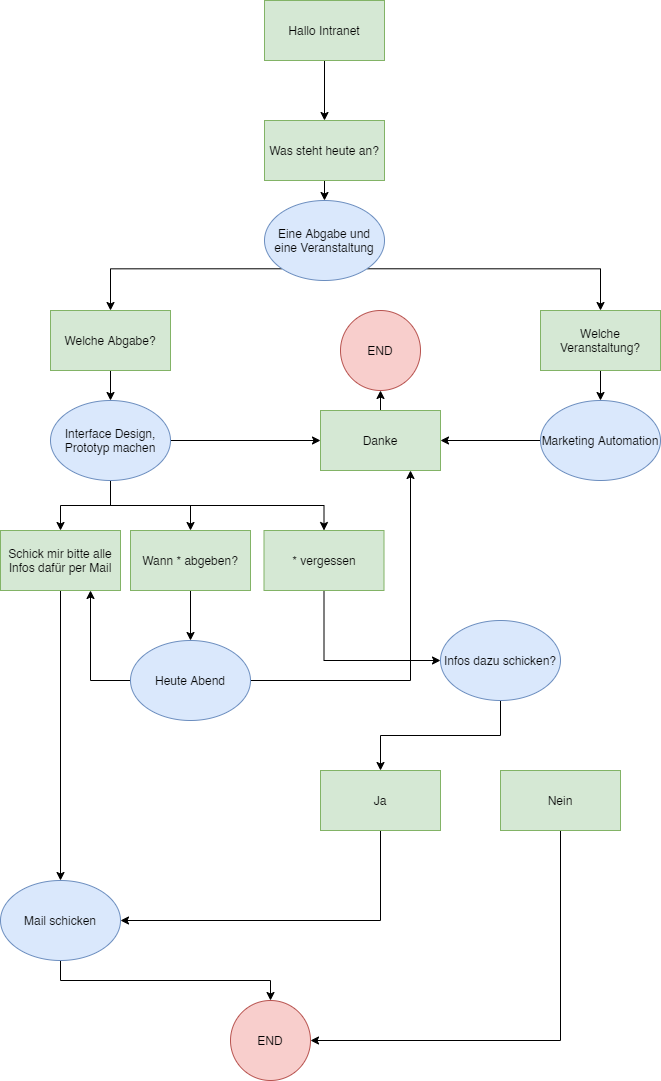
Above: task05-vui_prototyp-online/img/flowchart_v02.png in mnlmrngl/IFD-SoSe20 (draw.io), before the change. Source tidied: cells renumbered, new cells last; positions are measured from the earlier drawing's top-left corner, leaving out a move shared by most shapes. The source it was exported from:
```xml
<mxGraphModel>
  <root>
    <mxCell id="0" />
    <mxCell id="1" parent="0" />
    <mxCell id="2" style="edgeStyle=orthogonalEdgeStyle;rounded=0;jettySize=auto;html=1;exitX=0.5;exitY=1;exitDx=0;exitDy=0;" parent="1" edge="1" source="3" target="5">
      <mxGeometry relative="1" as="geometry" />
    </mxCell>
    <mxCell id="3" value="Hallo Intranet" style="rounded=0;whiteSpace=wrap;html=1;fillColor=#d5e8d4;strokeColor=#82b366;" parent="1" vertex="1">
      <mxGeometry x="264" width="120" height="60" as="geometry" />
    </mxCell>
    <mxCell id="4" style="edgeStyle=orthogonalEdgeStyle;rounded=0;jettySize=auto;html=1;exitX=0.5;exitY=1;exitDx=0;exitDy=0;entryX=0.5;entryY=0;entryDx=0;entryDy=0;" parent="1" edge="1" source="5" target="8">
      <mxGeometry relative="1" as="geometry" />
    </mxCell>
    <mxCell id="5" value="Was steht heute an?" style="rounded=0;whiteSpace=wrap;html=1;" parent="1" vertex="1">
      <mxGeometry x="264" y="120" width="120" height="60" as="geometry" />
    </mxCell>
    <mxCell id="6" style="edgeStyle=orthogonalEdgeStyle;rounded=0;jettySize=auto;html=1;exitX=0;exitY=1;exitDx=0;exitDy=0;" parent="1" edge="1" source="8" target="10">
      <mxGeometry relative="1" as="geometry" />
    </mxCell>
    <mxCell id="7" style="edgeStyle=orthogonalEdgeStyle;rounded=0;jettySize=auto;html=1;exitX=1;exitY=1;exitDx=0;exitDy=0;" parent="1" edge="1" source="8" target="12">
      <mxGeometry relative="1" as="geometry" />
    </mxCell>
    <mxCell id="8" value="Eine Abgabe und eine Veranstaltung" style="ellipse;whiteSpace=wrap;html=1;fillColor=#dae8fc;strokeColor=#6c8ebf;" parent="1" vertex="1">
      <mxGeometry x="264" y="200" width="120" height="80" as="geometry" />
    </mxCell>
    <mxCell id="9" style="edgeStyle=orthogonalEdgeStyle;rounded=0;jettySize=auto;html=1;exitX=0.5;exitY=1;exitDx=0;exitDy=0;entryX=0.5;entryY=0;entryDx=0;entryDy=0;" parent="1" edge="1" source="10" target="17">
      <mxGeometry relative="1" as="geometry" />
    </mxCell>
    <mxCell id="10" value="Welche Abgabe?" style="rounded=0;whiteSpace=wrap;html=1;fillColor=#d5e8d4;strokeColor=#82b366;" parent="1" vertex="1">
      <mxGeometry x="50" y="310" width="120" height="60" as="geometry" />
    </mxCell>
    <mxCell id="11" style="edgeStyle=orthogonalEdgeStyle;rounded=0;jettySize=auto;html=1;exitX=0.5;exitY=1;exitDx=0;exitDy=0;entryX=0.5;entryY=0;entryDx=0;entryDy=0;" parent="1" edge="1" source="12" target="19">
      <mxGeometry relative="1" as="geometry" />
    </mxCell>
    <mxCell id="12" value="Welche Veranstaltung?" style="rounded=0;whiteSpace=wrap;html=1;fillColor=#d5e8d4;strokeColor=#82b366;" parent="1" vertex="1">
      <mxGeometry x="540" y="310" width="120" height="60" as="geometry" />
    </mxCell>
    <mxCell id="13" style="edgeStyle=orthogonalEdgeStyle;rounded=0;jettySize=auto;html=1;exitX=0.5;exitY=1;exitDx=0;exitDy=0;" parent="1" edge="1" source="17" target="21">
      <mxGeometry relative="1" as="geometry" />
    </mxCell>
    <mxCell id="14" style="edgeStyle=orthogonalEdgeStyle;rounded=0;jettySize=auto;html=1;exitX=0.5;exitY=1;exitDx=0;exitDy=0;" parent="1" edge="1" source="17" target="23">
      <mxGeometry relative="1" as="geometry" />
    </mxCell>
    <mxCell id="15" style="edgeStyle=orthogonalEdgeStyle;rounded=0;jettySize=auto;html=1;exitX=0.5;exitY=1;exitDx=0;exitDy=0;entryX=0.5;entryY=0;entryDx=0;entryDy=0;" parent="1" edge="1" source="17" target="25">
      <mxGeometry relative="1" as="geometry" />
    </mxCell>
    <mxCell id="16" style="edgeStyle=orthogonalEdgeStyle;rounded=0;jettySize=auto;html=1;exitX=1;exitY=0.5;exitDx=0;exitDy=0;entryX=0;entryY=0.5;entryDx=0;entryDy=0;" parent="1" edge="1" source="17" target="39">
      <mxGeometry relative="1" as="geometry" />
    </mxCell>
    <mxCell id="17" value="Interface Design, Prototyp machen" style="ellipse;whiteSpace=wrap;html=1;fillColor=#dae8fc;strokeColor=#6c8ebf;" parent="1" vertex="1">
      <mxGeometry x="50" y="400" width="120" height="80" as="geometry" />
    </mxCell>
    <mxCell id="18" style="edgeStyle=orthogonalEdgeStyle;rounded=0;jettySize=auto;html=1;exitX=0;exitY=0.5;exitDx=0;exitDy=0;entryX=1;entryY=0.5;entryDx=0;entryDy=0;" parent="1" edge="1" source="19" target="39">
      <mxGeometry relative="1" as="geometry" />
    </mxCell>
    <mxCell id="19" value="Marketing Automation" style="ellipse;whiteSpace=wrap;html=1;fillColor=#dae8fc;strokeColor=#6c8ebf;" parent="1" vertex="1">
      <mxGeometry x="540" y="400" width="120" height="80" as="geometry" />
    </mxCell>
    <mxCell id="20" style="edgeStyle=orthogonalEdgeStyle;rounded=0;jettySize=auto;html=1;exitX=0.5;exitY=1;exitDx=0;exitDy=0;entryX=0.5;entryY=0;entryDx=0;entryDy=0;" parent="1" edge="1" source="21" target="34">
      <mxGeometry relative="1" as="geometry" />
    </mxCell>
    <mxCell id="21" value="Schick mir bitte alle Infos dafür per Mail" style="rounded=0;whiteSpace=wrap;html=1;fillColor=#d5e8d4;strokeColor=#82b366;" parent="1" vertex="1">
      <mxGeometry y="530" width="120" height="60" as="geometry" />
    </mxCell>
    <mxCell id="22" style="edgeStyle=orthogonalEdgeStyle;rounded=0;jettySize=auto;html=1;exitX=0.5;exitY=1;exitDx=0;exitDy=0;entryX=0.5;entryY=0;entryDx=0;entryDy=0;" parent="1" edge="1" source="23" target="28">
      <mxGeometry relative="1" as="geometry" />
    </mxCell>
    <mxCell id="23" value="Wann * abgeben?" style="rounded=0;whiteSpace=wrap;html=1;fillColor=#d5e8d4;strokeColor=#82b366;" parent="1" vertex="1">
      <mxGeometry x="130" y="530" width="120" height="60" as="geometry" />
    </mxCell>
    <mxCell id="24" style="edgeStyle=orthogonalEdgeStyle;rounded=0;jettySize=auto;html=1;exitX=0.5;exitY=1;exitDx=0;exitDy=0;entryX=0;entryY=0.5;entryDx=0;entryDy=0;" parent="1" edge="1" source="25" target="30">
      <mxGeometry relative="1" as="geometry" />
    </mxCell>
    <mxCell id="25" value="* vergessen" style="rounded=0;whiteSpace=wrap;html=1;fillColor=#d5e8d4;strokeColor=#82b366;" parent="1" vertex="1">
      <mxGeometry x="263.5" y="530" width="120" height="60" as="geometry" />
    </mxCell>
    <mxCell id="26" style="edgeStyle=orthogonalEdgeStyle;rounded=0;jettySize=auto;html=1;exitX=0;exitY=0.5;exitDx=0;exitDy=0;entryX=0.75;entryY=1;entryDx=0;entryDy=0;" parent="1" edge="1" source="28" target="21">
      <mxGeometry relative="1" as="geometry" />
    </mxCell>
    <mxCell id="27" style="edgeStyle=orthogonalEdgeStyle;rounded=0;jettySize=auto;html=1;exitX=1;exitY=0.5;exitDx=0;exitDy=0;entryX=0.75;entryY=1;entryDx=0;entryDy=0;" parent="1" edge="1" source="28" target="39">
      <mxGeometry relative="1" as="geometry" />
    </mxCell>
    <mxCell id="28" value="Heute Abend" style="ellipse;whiteSpace=wrap;html=1;fillColor=#dae8fc;strokeColor=#6c8ebf;" parent="1" vertex="1">
      <mxGeometry x="130" y="640" width="120" height="80" as="geometry" />
    </mxCell>
    <mxCell id="29" style="edgeStyle=orthogonalEdgeStyle;rounded=0;jettySize=auto;html=1;exitX=0.5;exitY=1;exitDx=0;exitDy=0;" parent="1" edge="1" source="30" target="32">
      <mxGeometry relative="1" as="geometry" />
    </mxCell>
    <mxCell id="30" value="Infos dazu schicken?" style="ellipse;whiteSpace=wrap;html=1;fillColor=#dae8fc;strokeColor=#6c8ebf;" parent="1" vertex="1">
      <mxGeometry x="440" y="620" width="120" height="80" as="geometry" />
    </mxCell>
    <mxCell id="31" style="edgeStyle=orthogonalEdgeStyle;rounded=0;jettySize=auto;html=1;exitX=0.5;exitY=1;exitDx=0;exitDy=0;entryX=1;entryY=0.5;entryDx=0;entryDy=0;" parent="1" edge="1" source="32" target="34">
      <mxGeometry relative="1" as="geometry" />
    </mxCell>
    <mxCell id="32" value="Ja" style="rounded=0;whiteSpace=wrap;html=1;fillColor=#d5e8d4;strokeColor=#82b366;" parent="1" vertex="1">
      <mxGeometry x="320" y="770" width="120" height="60" as="geometry" />
    </mxCell>
    <mxCell id="33" style="edgeStyle=orthogonalEdgeStyle;rounded=0;jettySize=auto;html=1;exitX=0.5;exitY=1;exitDx=0;exitDy=0;entryX=0.5;entryY=0;entryDx=0;entryDy=0;" parent="1" edge="1" source="34" target="35">
      <mxGeometry relative="1" as="geometry" />
    </mxCell>
    <mxCell id="34" value="Mail schicken" style="ellipse;whiteSpace=wrap;html=1;fillColor=#dae8fc;strokeColor=#6c8ebf;" parent="1" vertex="1">
      <mxGeometry y="880" width="120" height="80" as="geometry" />
    </mxCell>
    <mxCell id="35" value="END" style="ellipse;whiteSpace=wrap;html=1;fillColor=#f8cecc;strokeColor=#b85450;" parent="1" vertex="1">
      <mxGeometry x="230" y="1000" width="80" height="80" as="geometry" />
    </mxCell>
    <mxCell id="36" style="edgeStyle=orthogonalEdgeStyle;rounded=0;jettySize=auto;html=1;exitX=0.5;exitY=1;exitDx=0;exitDy=0;entryX=1;entryY=0.5;entryDx=0;entryDy=0;" parent="1" edge="1" source="37" target="35">
      <mxGeometry relative="1" as="geometry" />
    </mxCell>
    <mxCell id="37" value="Nein" style="rounded=0;whiteSpace=wrap;html=1;fillColor=#d5e8d4;strokeColor=#82b366;" parent="1" vertex="1">
      <mxGeometry x="500" y="770" width="120" height="60" as="geometry" />
    </mxCell>
    <mxCell id="38" style="edgeStyle=orthogonalEdgeStyle;rounded=0;jettySize=auto;html=1;exitX=0.5;exitY=0;exitDx=0;exitDy=0;entryX=0.5;entryY=1;entryDx=0;entryDy=0;" parent="1" edge="1" source="39" target="40">
      <mxGeometry relative="1" as="geometry" />
    </mxCell>
    <mxCell id="39" value="Danke" style="rounded=0;whiteSpace=wrap;html=1;fillColor=#d5e8d4;strokeColor=#82b366;" parent="1" vertex="1">
      <mxGeometry x="320" y="410" width="120" height="60" as="geometry" />
    </mxCell>
    <mxCell id="40" value="END" style="ellipse;whiteSpace=wrap;html=1;fillColor=#f8cecc;strokeColor=#b85450;" parent="1" vertex="1">
      <mxGeometry x="340" y="310" width="80" height="80" as="geometry" />
    </mxCell>
    <mxCell id="41" value="Was steht heute an?" style="rounded=0;whiteSpace=wrap;html=1;fillColor=#d5e8d4;strokeColor=#82b366;" parent="1" vertex="1">
      <mxGeometry x="264" y="120" width="120" height="60" as="geometry" />
    </mxCell>
  </root>
</mxGraphModel>
```
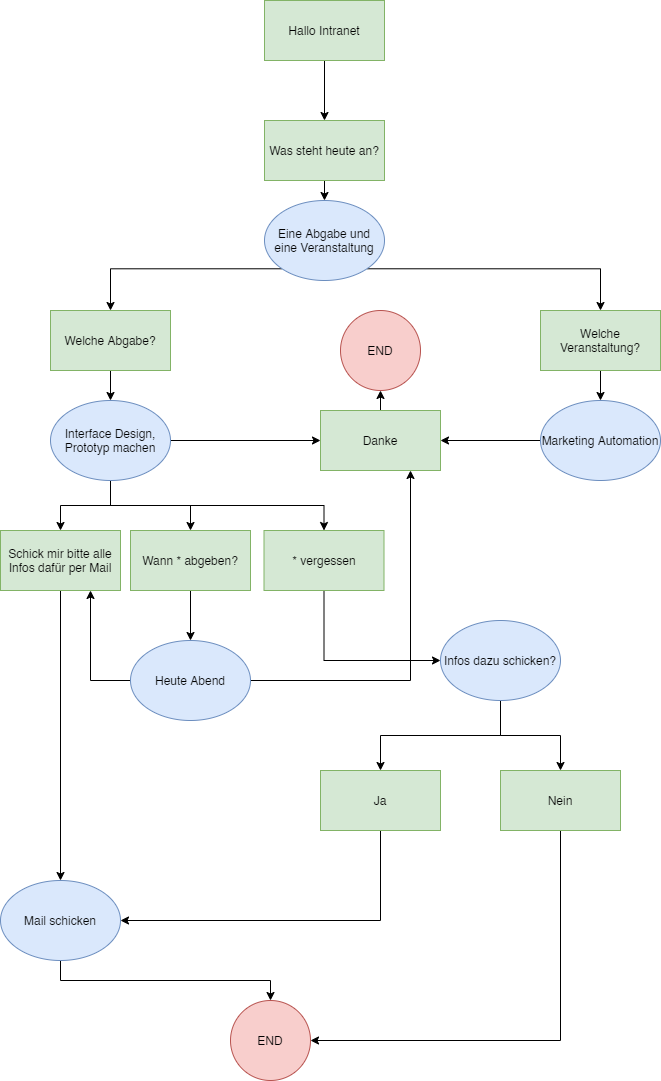
After the commit.

Diff of the diagram source:
```diff
@@ -86,6 +86,9 @@
     <mxCell id="29" style="edgeStyle=orthogonalEdgeStyle;rounded=0;jettySize=auto;html=1;exitX=0.5;exitY=1;exitDx=0;exitDy=0;" parent="1" edge="1" source="30" target="32">
       <mxGeometry relative="1" as="geometry" />
     </mxCell>
+    <mxCell id="42" style="edgeStyle=orthogonalEdgeStyle;rounded=0;jettySize=auto;html=1;exitX=0.5;exitY=1;exitDx=0;exitDy=0;" parent="1" edge="1" source="30" target="37">
+      <mxGeometry relative="1" as="geometry" />
+    </mxCell>
     <mxCell id="30" value="Infos dazu schicken?" style="ellipse;whiteSpace=wrap;html=1;fillColor=#dae8fc;strokeColor=#6c8ebf;" parent="1" vertex="1">
       <mxGeometry x="440" y="620" width="120" height="80" as="geometry" />
     </mxCell>
```
